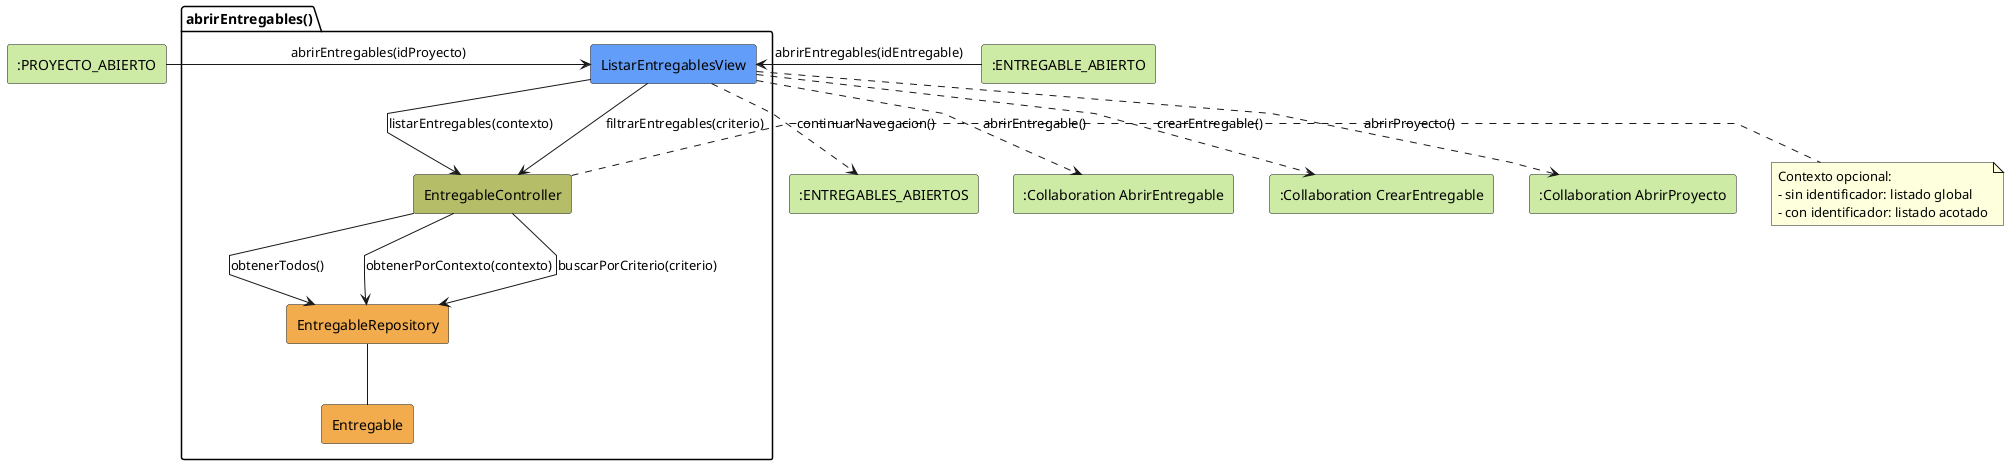
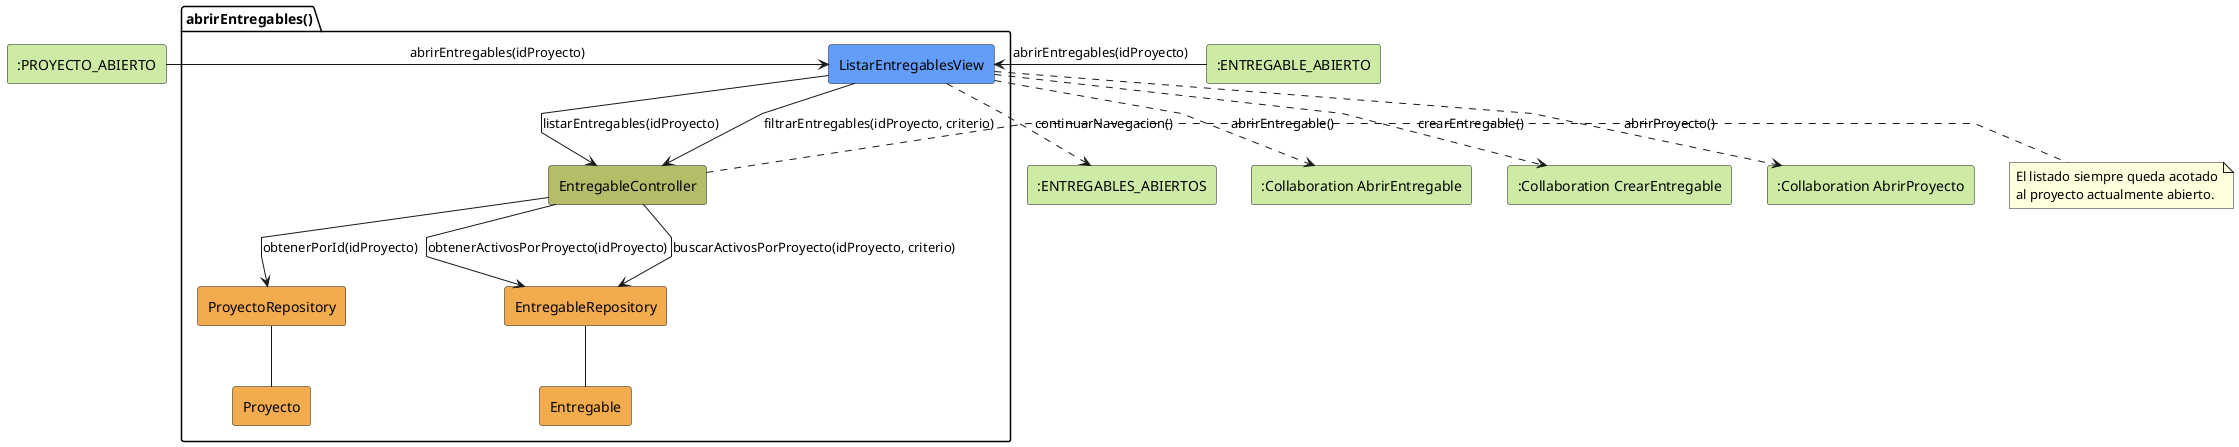
@startuml abrirEntregables-analisis
skinparam linetype polyline

rectangle #CDEBA5 ":PROYECTO_ABIERTO" as EstadoEntrada1
rectangle #CDEBA5 ":ENTREGABLE_ABIERTO" as EstadoEntrada2
package abrirEntregables as "abrirEntregables()" {
    rectangle #629EF9 ListarEntregablesView
    rectangle #b5bd68 EntregableController
+     rectangle #F2AC4E ProyectoRepository
    rectangle #F2AC4E EntregableRepository
+     rectangle #F2AC4E Proyecto
    rectangle #F2AC4E Entregable
}

rectangle #CDEBA5 ":ENTREGABLES_ABIERTOS" as EstadoSalida
rectangle #CDEBA5 ":Collaboration AbrirEntregable" as AbrirEntregable
rectangle #CDEBA5 ":Collaboration CrearEntregable" as CrearEntregable
rectangle #CDEBA5 ":Collaboration AbrirProyecto" as AbrirProyecto

EstadoEntrada1 -r-> ListarEntregablesView: abrirEntregables(idProyecto)
- EstadoEntrada2 -r-> ListarEntregablesView: abrirEntregables(idEntregable)
+ EstadoEntrada2 -r-> ListarEntregablesView: abrirEntregables(idProyecto)

- ListarEntregablesView -d-> EntregableController: listarEntregables(contexto)
- ListarEntregablesView --> EntregableController: filtrarEntregables(criterio)
- EntregableController --> EntregableRepository: obtenerTodos()
- EntregableController --> EntregableRepository: obtenerPorContexto(contexto)
- EntregableController --> EntregableRepository: buscarPorCriterio(criterio)
+ ListarEntregablesView -d-> EntregableController: listarEntregables(idProyecto)
+ ListarEntregablesView --> EntregableController: filtrarEntregables(idProyecto, criterio)
+ EntregableController --> ProyectoRepository: obtenerPorId(idProyecto)
+ EntregableController --> EntregableRepository: obtenerActivosPorProyecto(idProyecto)
+ EntregableController --> EntregableRepository: buscarActivosPorProyecto(idProyecto, criterio)
+ ProyectoRepository -- Proyecto
EntregableRepository -- Entregable
note right of EntregableController
- Contexto opcional:
- - sin identificador: listado global
- - con identificador: listado acotado
+ El listado siempre queda acotado
+ al proyecto actualmente abierto.
end note
ListarEntregablesView ..> EstadoSalida: continuarNavegacion()
ListarEntregablesView ..> AbrirEntregable: abrirEntregable()
ListarEntregablesView ..> CrearEntregable: crearEntregable()
ListarEntregablesView ..> AbrirProyecto: abrirProyecto()

@enduml
